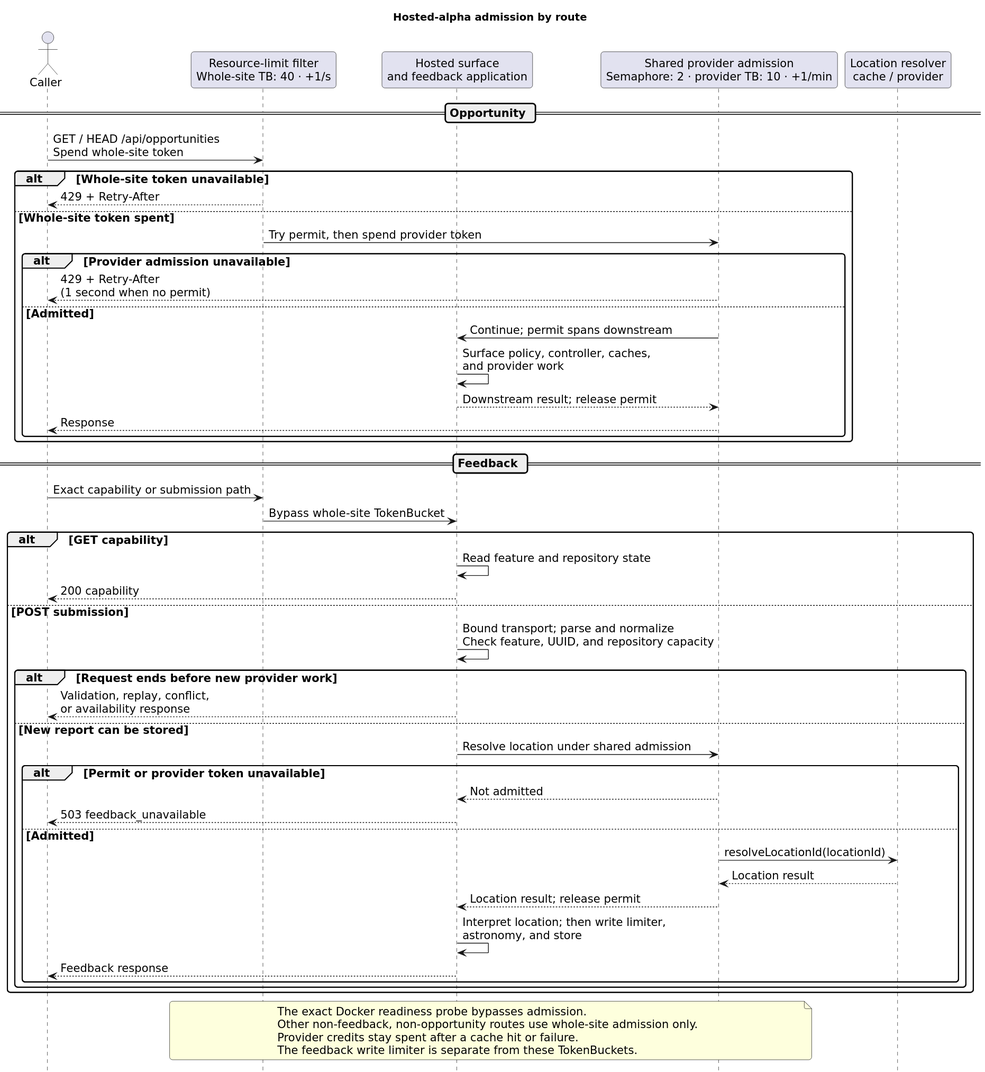
Before: docs/diagrams/hosted-alpha-resource-limits.svg, a diagram exported from PlantUML (rapucha/moon-service). Its diagram source:
```plantuml
@startuml
skinparam defaultFontName "DejaVu Sans"
skinparam defaultFontSize 15
skinparam shadowing false
skinparam roundcorner 8
skinparam sequenceMessageAlign left
skinparam responseMessageBelowArrow true
skinparam BoxPadding 10
hide footbox

title Hosted-alpha admission by route

actor Caller
participant "Resource-limit filter\nWhole-site TB: 40 · +1/s" as Whole
participant "Hosted surface\nand feedback application" as App
participant "Shared provider admission\nSemaphore: 2 · provider TB: 10 · +1/min" as Gate
participant "Location resolver\ncache / provider" as Location

== Opportunity ==

Caller -> Whole: GET / HEAD /api/opportunities\nSpend whole-site token
alt Whole-site token unavailable
  Whole --> Caller: 429 + Retry-After
else Whole-site token spent
  Whole -> Gate: Try permit, then spend provider token
  alt Provider admission unavailable
    Gate --> Caller: 429 + Retry-After\n(1 second when no permit)
  else Admitted
    Gate -> App: Continue; permit spans downstream
    App -> App: Surface policy, controller, caches,\nand provider work
    App --> Gate: Downstream result; release permit
    Gate --> Caller: Response
  end
end

== Feedback ==

Caller -> Whole: Exact capability or submission path
Whole -> App: Bypass whole-site TokenBucket
alt GET capability
  App -> App: Read feature and repository state
  App --> Caller: 200 capability
else POST submission
  App -> App: Bound transport; parse and normalize\nCheck feature, UUID, and repository capacity
  alt Request ends before new provider work
    App --> Caller: Validation, replay, conflict,\nor availability response
  else New report can be stored
    App -> Gate: Resolve location under shared admission
    alt Permit or provider token unavailable
      Gate --> App: Not admitted
      App --> Caller: 503 feedback_unavailable
    else Admitted
      Gate -> Location: resolveLocationId(locationId)
      Location --> Gate: Location result
      Gate --> App: Location result; release permit
      App -> App: Interpret location; then write limiter,\nastronomy, and store
      App --> Caller: Feedback response
    end
  end
end

note over Whole, Gate
  The exact Docker readiness probe bypasses admission.
  Other non-feedback, non-opportunity routes use whole-site admission only.
  Provider credits stay spent after a cache hit or failure.
  The feedback write limiter is separate from these TokenBuckets.
end note
@enduml
```
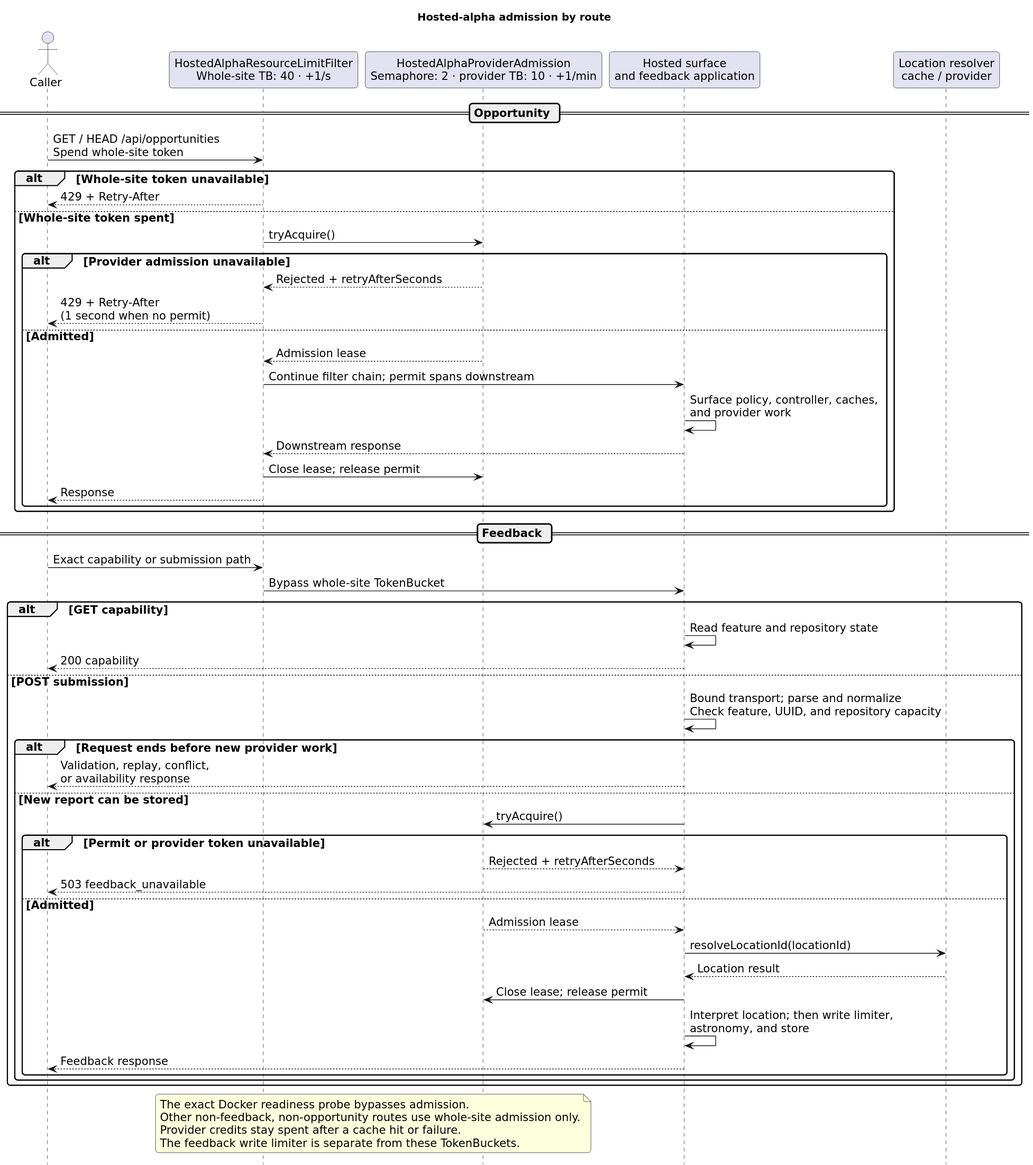
The same file after the commit.

Commit message:
Update provider admission diagrams (#185)

Change to the diagram source:
```diff
@@ -11,9 +11,9 @@
 title Hosted-alpha admission by route
 
 actor Caller
-participant "Resource-limit filter\nWhole-site TB: 40 · +1/s" as Whole
+participant "HostedAlphaResourceLimitFilter\nWhole-site TB: 40 · +1/s" as Whole
+participant "HostedAlphaProviderAdmission\nSemaphore: 2 · provider TB: 10 · +1/min" as Gate
 participant "Hosted surface\nand feedback application" as App
-participant "Shared provider admission\nSemaphore: 2 · provider TB: 10 · +1/min" as Gate
 participant "Location resolver\ncache / provider" as Location
 
 == Opportunity ==
@@ -22,14 +22,17 @@
 alt Whole-site token unavailable
   Whole --> Caller: 429 + Retry-After
 else Whole-site token spent
-  Whole -> Gate: Try permit, then spend provider token
+  Whole -> Gate: tryAcquire()
   alt Provider admission unavailable
-    Gate --> Caller: 429 + Retry-After\n(1 second when no permit)
+    Gate --> Whole: Rejected + retryAfterSeconds
+    Whole --> Caller: 429 + Retry-After\n(1 second when no permit)
   else Admitted
-    Gate -> App: Continue; permit spans downstream
+    Gate --> Whole: Admission lease
+    Whole -> App: Continue filter chain; permit spans downstream
     App -> App: Surface policy, controller, caches,\nand provider work
-    App --> Gate: Downstream result; release permit
-    Gate --> Caller: Response
+    App --> Whole: Downstream response
+    Whole -> Gate: Close lease; release permit
+    Whole --> Caller: Response
   end
 end
 
@@ -45,14 +48,15 @@
   alt Request ends before new provider work
     App --> Caller: Validation, replay, conflict,\nor availability response
   else New report can be stored
-    App -> Gate: Resolve location under shared admission
+    App -> Gate: tryAcquire()
     alt Permit or provider token unavailable
-      Gate --> App: Not admitted
+      Gate --> App: Rejected + retryAfterSeconds
       App --> Caller: 503 feedback_unavailable
     else Admitted
-      Gate -> Location: resolveLocationId(locationId)
-      Location --> Gate: Location result
-      Gate --> App: Location result; release permit
+      Gate --> App: Admission lease
+      App -> Location: resolveLocationId(locationId)
+      Location --> App: Location result
+      App -> Gate: Close lease; release permit
       App -> App: Interpret location; then write limiter,\nastronomy, and store
       App --> Caller: Feedback response
     end
```
